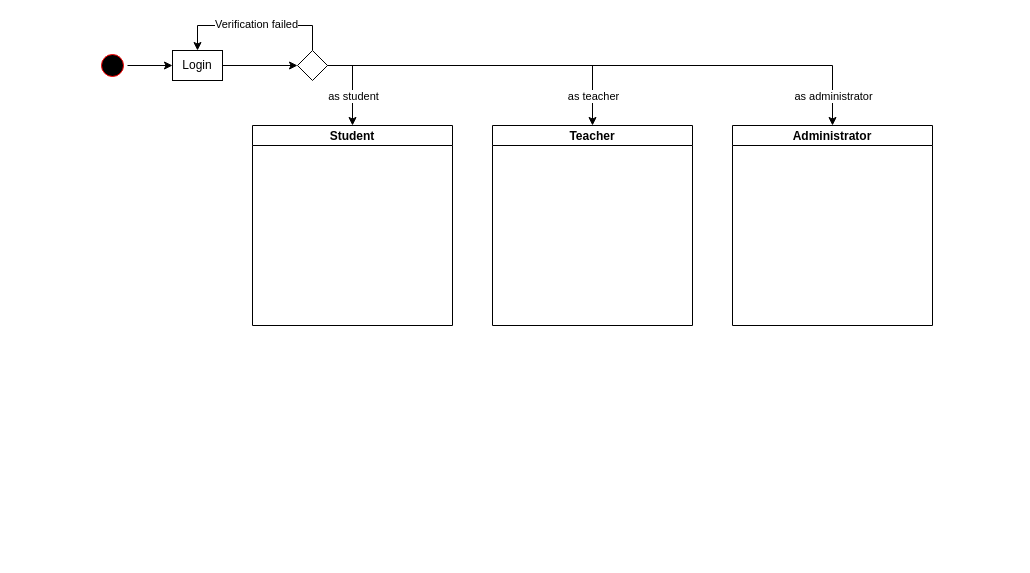
Earlier version of the draw.io diagram state_diagram/iLearn.drawio (901228/Something). Source tidied: cells renumbered, new cells numbered last; positions are measured from the earlier drawing's top-left corner, leaving out a move shared by most shapes. Both pictures are drawn from the tidied source at 100%, with x=0, y=0 at pixel (97, 25).
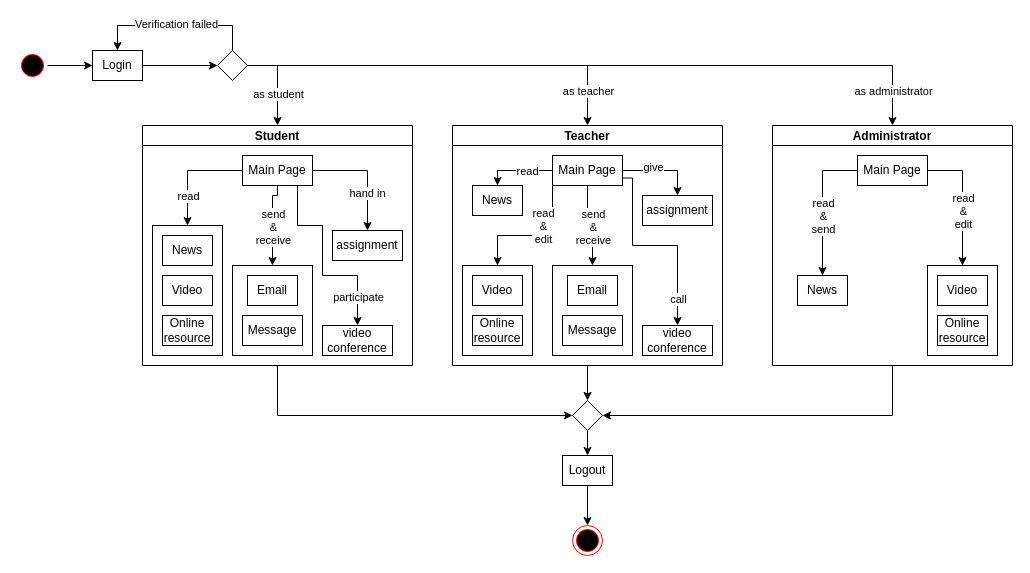
Above is the later version.

Diff of the diagram source:
```diff
@@
     <mxCell id="3" value="Login" style="whiteSpace=wrap;html=1;fillColor=#FFFFFF;" parent="1" vertex="1">
-      <mxGeometry x="75" y="25" width="50" height="30" as="geometry" />
+      <mxGeometry x="-5" y="25" width="50" height="30" as="geometry" />
     </mxCell>
     <mxCell id="4" style="edgeStyle=orthogonalEdgeStyle;rounded=0;jettySize=auto;html=1;entryX=0.5;entryY=0;entryDx=0;entryDy=0;exitX=0.5;exitY=0;exitDx=0;exitDy=0;" parent="1" edge="1" source="10" target="3">
       <mxGeometry relative="1" as="geometry">
         <Array as="points">
-          <mxPoint x="100" />
+          <mxPoint x="20" />
         </Array>
       </mxGeometry>
     </mxCell>
@@
-    <mxCell id="6" style="edgeStyle=orthogonalEdgeStyle;rounded=0;jettySize=auto;html=1;exitX=1;exitY=0.5;exitDx=0;exitDy=0;" parent="1" edge="1" source="10" target="16">
+    <mxCell id="6" style="edgeStyle=orthogonalEdgeStyle;rounded=0;jettySize=auto;html=1;exitX=1;exitY=0.5;exitDx=0;exitDy=0;entryX=0.5;entryY=0;entryDx=0;entryDy=0;" parent="1" edge="1" source="10" target="16">
       <mxGeometry relative="1" as="geometry" />
     </mxCell>
@@
-    <mxCell id="8" style="edgeStyle=orthogonalEdgeStyle;rounded=0;jettySize=auto;html=1;exitX=1;exitY=0.5;exitDx=0;exitDy=0;" parent="1" edge="1" source="10" target="17">
+    <mxCell id="8" style="edgeStyle=orthogonalEdgeStyle;rounded=0;jettySize=auto;html=1;exitX=1;exitY=0.5;exitDx=0;exitDy=0;entryX=0.5;entryY=0;entryDx=0;entryDy=0;" parent="1" edge="1" source="10" target="17">
       <mxGeometry relative="1" as="geometry" />
     </mxCell>
@@
     <mxCell id="10" style="rhombus;whiteSpace=wrap;html=1;fillColor=#FFFFFF;" parent="1" vertex="1">
-      <mxGeometry x="200" y="25" width="30" height="30" as="geometry" />
+      <mxGeometry x="120" y="25" width="30" height="30" as="geometry" />
     </mxCell>
@@
     <mxCell id="12" style="ellipse;html=1;shape=startState;fillColor=#000000;strokeColor=#ff0000;" parent="1" vertex="1">
-      <mxGeometry y="25" width="30" height="30" as="geometry" />
+      <mxGeometry x="-80" y="25" width="30" height="30" as="geometry" />
     </mxCell>
-    <mxCell id="13" value="Student" style="swimlane;fillColor=#FFFFFF;startSize=20;" parent="1" vertex="1">
-      <mxGeometry x="155" y="100" width="200" height="200" as="geometry" />
-    </mxCell>
     <mxCell id="14" style="endArrow=classic;html=1;rounded=0;entryX=0.5;entryY=0;entryDx=0;entryDy=0;exitX=1;exitY=0.5;exitDx=0;exitDy=0;" parent="1" edge="1" source="10" target="13">
       <mxGeometry relative="1" as="geometry">
         <Array as="points">
-          <mxPoint x="255" y="40" />
+          <mxPoint x="180" y="40" />
         </Array>
       </mxGeometry>
     </mxCell>
@@
+    <mxCell id="18" style="edgeStyle=orthogonalEdgeStyle;rounded=0;jettySize=auto;html=1;entryX=0;entryY=0.5;entryDx=0;entryDy=0;fontSize=11;exitX=0.5;exitY=1;exitDx=0;exitDy=0;" parent="1" edge="1" source="13" target="74">
+      <mxGeometry relative="1" as="geometry" />
+    </mxCell>
+    <mxCell id="13" value="Student" style="swimlane;fillColor=#FFFFFF;startSize=20;" parent="1" vertex="1">
+      <mxGeometry x="45" y="100" width="270" height="240" as="geometry" />
+    </mxCell>
+    <mxCell id="19" style="edgeStyle=orthogonalEdgeStyle;rounded=0;jettySize=auto;html=1;exitX=1;exitY=0.5;exitDx=0;exitDy=0;fontSize=11;entryX=0.5;entryY=0;entryDx=0;entryDy=0;" parent="13" edge="1" source="25" target="38">
+      <mxGeometry relative="1" as="geometry" />
+    </mxCell>
+    <mxCell id="20" value="hand in" style="edgeLabel;html=1;align=center;verticalAlign=middle;fontSize=11;" parent="19" vertex="1">
+      <mxGeometry x="0.34" y="-1" relative="1" as="geometry" />
+    </mxCell>
+    <mxCell id="21" style="edgeStyle=orthogonalEdgeStyle;rounded=0;jettySize=auto;html=1;exitX=0.5;exitY=1;exitDx=0;exitDy=0;fontSize=11;entryX=0.5;entryY=0;entryDx=0;entryDy=0;" parent="13" edge="1" source="25" target="37">
+      <mxGeometry relative="1" as="geometry">
+        <Array as="points">
+          <mxPoint x="155" y="100" />
+          <mxPoint x="180" y="100" />
+          <mxPoint x="180" y="150" />
+          <mxPoint x="215" y="150" />
+        </Array>
+      </mxGeometry>
+    </mxCell>
+    <mxCell id="22" value="participate" style="edgeLabel;html=1;align=center;verticalAlign=middle;fontSize=11;" parent="21" vertex="1">
+      <mxGeometry x="0.68" y="1" relative="1" as="geometry">
+        <mxPoint x="-1" y="6" as="offset" />
+      </mxGeometry>
+    </mxCell>
+    <mxCell id="23" style="edgeStyle=orthogonalEdgeStyle;rounded=0;jettySize=auto;html=1;fontSize=11;" parent="13" edge="1" source="25" target="34">
+      <mxGeometry relative="1" as="geometry">
+        <Array as="points">
+          <mxPoint x="135" y="70" />
+          <mxPoint x="130" y="70" />
+        </Array>
+      </mxGeometry>
+    </mxCell>
+    <mxCell id="24" value="send&lt;br&gt;&amp;amp;&lt;br&gt;receive" style="edgeLabel;html=1;align=center;verticalAlign=middle;fontSize=11;" parent="23" vertex="1">
+      <mxGeometry x="-0.09" y="1" relative="1" as="geometry">
+        <mxPoint x="-1" y="7" as="offset" />
+      </mxGeometry>
+    </mxCell>
+    <mxCell id="25" value="Main Page" style="whiteSpace=wrap;html=1;fillColor=#FFFFFF;" parent="13" vertex="1">
+      <mxGeometry x="100" y="30" width="70" height="30" as="geometry" />
+    </mxCell>
+    <mxCell id="26" style="group;" parent="13" vertex="1">
+      <mxGeometry x="10" y="100" width="70" height="130" as="geometry" />
+    </mxCell>
+    <mxCell id="27" style="rounded=0;whiteSpace=wrap;html=1;fontSize=11;" parent="26" vertex="1">
+      <mxGeometry width="70" height="130" as="geometry" />
+    </mxCell>
+    <mxCell id="28" value="News" style="whiteSpace=wrap;html=1;fillColor=#FFFFFF;" parent="26" vertex="1">
+      <mxGeometry x="10" y="10" width="50" height="30" as="geometry" />
+    </mxCell>
+    <mxCell id="29" value="Video" style="whiteSpace=wrap;html=1;fillColor=#FFFFFF;" parent="26" vertex="1">
+      <mxGeometry x="10" y="50" width="50" height="30" as="geometry" />
+    </mxCell>
+    <mxCell id="30" value="Online resource" style="whiteSpace=wrap;html=1;fillColor=#FFFFFF;" parent="26" vertex="1">
+      <mxGeometry x="10" y="90" width="50" height="30" as="geometry" />
+    </mxCell>
+    <mxCell id="31" style="edgeStyle=orthogonalEdgeStyle;rounded=0;jettySize=auto;html=1;fontSize=11;entryX=0.5;entryY=0;entryDx=0;entryDy=0;exitX=0;exitY=0.5;exitDx=0;exitDy=0;" parent="13" edge="1" source="25" target="27">
+      <mxGeometry relative="1" as="geometry" />
+    </mxCell>
+    <mxCell id="32" value="read" style="edgeLabel;html=1;align=center;verticalAlign=middle;fontSize=11;" parent="31" vertex="1">
+      <mxGeometry x="-0.2" y="-1" relative="1" as="geometry">
+        <mxPoint x="-11" y="26" as="offset" />
+      </mxGeometry>
+    </mxCell>
+    <mxCell id="33" style="group;" parent="13" vertex="1">
+      <mxGeometry x="90" y="140" width="80" height="90" as="geometry" />
+    </mxCell>
+    <mxCell id="34" style="rounded=0;whiteSpace=wrap;html=1;fontSize=11;" parent="33" vertex="1">
+      <mxGeometry width="80" height="90" as="geometry" />
+    </mxCell>
+    <mxCell id="35" value="Email" style="whiteSpace=wrap;html=1;fillColor=#FFFFFF;" parent="33" vertex="1">
+      <mxGeometry x="15" y="10" width="50" height="30" as="geometry" />
+    </mxCell>
+    <mxCell id="36" value="Message" style="whiteSpace=wrap;html=1;fillColor=#FFFFFF;" parent="33" vertex="1">
+      <mxGeometry x="10" y="50" width="60" height="30" as="geometry" />
+    </mxCell>
+    <mxCell id="37" value="video conference" style="whiteSpace=wrap;html=1;fillColor=#FFFFFF;" parent="13" vertex="1">
+      <mxGeometry x="180" y="200" width="70" height="30" as="geometry" />
+    </mxCell>
+    <mxCell id="38" value="assignment" style="whiteSpace=wrap;html=1;fillColor=#FFFFFF;" parent="13" vertex="1">
+      <mxGeometry x="190" y="105" width="70" height="30" as="geometry" />
+    </mxCell>
+    <mxCell id="39" style="edgeStyle=orthogonalEdgeStyle;rounded=0;jettySize=auto;html=1;exitX=0.5;exitY=1;exitDx=0;exitDy=0;entryX=0.5;entryY=0;entryDx=0;entryDy=0;fontSize=11;" parent="1" edge="1" source="17" target="74">
+      <mxGeometry relative="1" as="geometry" />
+    </mxCell>
+    <mxCell id="17" value="Teacher" style="swimlane;fillColor=#FFFFFF;startSize=20;" parent="1" vertex="1">
+      <mxGeometry x="355" y="100" width="270" height="240" as="geometry" />
+    </mxCell>
+    <mxCell id="40" style="edgeStyle=orthogonalEdgeStyle;rounded=0;jettySize=auto;html=1;exitX=1;exitY=0.5;exitDx=0;exitDy=0;fontSize=11;entryX=0.5;entryY=0;entryDx=0;entryDy=0;" parent="17" edge="1" source="48" target="52">
+      <mxGeometry relative="1" as="geometry" />
+    </mxCell>
+    <mxCell id="41" value="give" style="edgeLabel;html=1;align=center;verticalAlign=middle;fontSize=11;" parent="40" vertex="1">
+      <mxGeometry x="0.34" y="-1" relative="1" as="geometry">
+        <mxPoint x="-24" y="-5" as="offset" />
+      </mxGeometry>
+    </mxCell>
+    <mxCell id="42" style="edgeStyle=orthogonalEdgeStyle;rounded=0;jettySize=auto;html=1;exitX=1;exitY=0.75;exitDx=0;exitDy=0;fontSize=11;entryX=0.5;entryY=0;entryDx=0;entryDy=0;" parent="17" edge="1" source="48" target="51">
+      <mxGeometry relative="1" as="geometry">
+        <Array as="points">
+          <mxPoint x="180" y="53" />
+          <mxPoint x="180" y="120" />
+          <mxPoint x="225" y="120" />
+        </Array>
+      </mxGeometry>
+    </mxCell>
+    <mxCell id="43" value="call" style="edgeLabel;html=1;align=center;verticalAlign=middle;fontSize=11;" parent="42" vertex="1">
+      <mxGeometry x="0.68" y="1" relative="1" as="geometry">
+        <mxPoint x="-1" y="6" as="offset" />
+      </mxGeometry>
+    </mxCell>
+    <mxCell id="44" style="edgeStyle=orthogonalEdgeStyle;rounded=0;jettySize=auto;html=1;fontSize=11;entryX=0.5;entryY=0;entryDx=0;entryDy=0;exitX=0.5;exitY=1;exitDx=0;exitDy=0;" parent="17" edge="1" source="48" target="59">
+      <mxGeometry relative="1" as="geometry" />
+    </mxCell>
+    <mxCell id="45" value="send&lt;br&gt;&amp;amp;&lt;br&gt;receive" style="edgeLabel;html=1;align=center;verticalAlign=middle;fontSize=11;" parent="44" vertex="1">
+      <mxGeometry x="-0.09" y="1" relative="1" as="geometry">
+        <mxPoint x="4" y="2" as="offset" />
+      </mxGeometry>
+    </mxCell>
+    <mxCell id="46" style="edgeStyle=orthogonalEdgeStyle;rounded=0;jettySize=auto;html=1;entryX=0.5;entryY=0;entryDx=0;entryDy=0;fontSize=11;" parent="17" edge="1" source="48" target="55">
+      <mxGeometry relative="1" as="geometry">
+        <Array as="points">
+          <mxPoint x="100" y="110" />
+          <mxPoint x="45" y="110" />
+        </Array>
+      </mxGeometry>
+    </mxCell>
+    <mxCell id="47" value="read&lt;br&gt;&amp;amp;&lt;br&gt;edit" style="edgeLabel;html=1;align=center;verticalAlign=middle;fontSize=11;" parent="46" vertex="1">
+      <mxGeometry x="0.06" y="1" relative="1" as="geometry">
+        <mxPoint x="12" y="-11" as="offset" />
+      </mxGeometry>
+    </mxCell>
+    <mxCell id="48" value="Main Page" style="whiteSpace=wrap;html=1;fillColor=#FFFFFF;" parent="17" vertex="1">
+      <mxGeometry x="100" y="30" width="70" height="30" as="geometry" />
+    </mxCell>
+    <mxCell id="49" style="edgeStyle=orthogonalEdgeStyle;rounded=0;jettySize=auto;html=1;fontSize=11;exitX=0;exitY=0.5;exitDx=0;exitDy=0;entryX=0.5;entryY=0;entryDx=0;entryDy=0;" parent="17" edge="1" source="48" target="53">
+      <mxGeometry relative="1" as="geometry">
+        <Array as="points">
+          <mxPoint x="45" y="45" />
+        </Array>
+      </mxGeometry>
+    </mxCell>
+    <mxCell id="50" value="read" style="edgeLabel;html=1;align=center;verticalAlign=middle;fontSize=11;" parent="49" vertex="1">
+      <mxGeometry x="-0.2" y="-1" relative="1" as="geometry">
+        <mxPoint x="2" y="1" as="offset" />
+      </mxGeometry>
+    </mxCell>
+    <mxCell id="51" value="video conference" style="whiteSpace=wrap;html=1;fillColor=#FFFFFF;" parent="17" vertex="1">
+      <mxGeometry x="190" y="200" width="70" height="30" as="geometry" />
+    </mxCell>
+    <mxCell id="52" value="assignment" style="whiteSpace=wrap;html=1;fillColor=#FFFFFF;" parent="17" vertex="1">
+      <mxGeometry x="190" y="70" width="70" height="30" as="geometry" />
+    </mxCell>
+    <mxCell id="53" value="News" style="whiteSpace=wrap;html=1;fillColor=#FFFFFF;" parent="17" vertex="1">
+      <mxGeometry x="20" y="60" width="50" height="30" as="geometry" />
+    </mxCell>
+    <mxCell id="54" style="group;" parent="17" vertex="1">
+      <mxGeometry x="10" y="140" width="70" height="90" as="geometry" />
+    </mxCell>
+    <mxCell id="55" style="rounded=0;whiteSpace=wrap;html=1;fontSize=11;" parent="54" vertex="1">
+      <mxGeometry width="70" height="90" as="geometry" />
+    </mxCell>
+    <mxCell id="56" value="Video" style="whiteSpace=wrap;html=1;fillColor=#FFFFFF;" parent="54" vertex="1">
+      <mxGeometry x="10" y="10" width="50" height="30" as="geometry" />
+    </mxCell>
+    <mxCell id="57" value="Online resource" style="whiteSpace=wrap;html=1;fillColor=#FFFFFF;" parent="54" vertex="1">
+      <mxGeometry x="10" y="50" width="50" height="30" as="geometry" />
+    </mxCell>
+    <mxCell id="58" style="group;" parent="17" vertex="1">
+      <mxGeometry x="100" y="140" width="80" height="90" as="geometry" />
+    </mxCell>
+    <mxCell id="59" style="rounded=0;whiteSpace=wrap;html=1;fontSize=11;" parent="58" vertex="1">
+      <mxGeometry width="80" height="90" as="geometry" />
+    </mxCell>
+    <mxCell id="60" value="Email" style="whiteSpace=wrap;html=1;fillColor=#FFFFFF;" parent="58" vertex="1">
+      <mxGeometry x="15" y="10" width="50" height="30" as="geometry" />
+    </mxCell>
+    <mxCell id="61" value="Message" style="whiteSpace=wrap;html=1;fillColor=#FFFFFF;" parent="58" vertex="1">
+      <mxGeometry x="10" y="50" width="60" height="30" as="geometry" />
+    </mxCell>
+    <mxCell id="62" style="edgeStyle=orthogonalEdgeStyle;rounded=0;jettySize=auto;html=1;exitX=0.5;exitY=1;exitDx=0;exitDy=0;entryX=1;entryY=0.5;entryDx=0;entryDy=0;fontSize=11;" parent="1" edge="1" source="16" target="74">
+      <mxGeometry relative="1" as="geometry" />
+    </mxCell>
     <mxCell id="16" value="Administrator" style="swimlane;fillColor=#FFFFFF;startSize=20;" parent="1" vertex="1">
-      <mxGeometry x="635" y="100" width="200" height="200" as="geometry" />
+      <mxGeometry x="675" y="100" width="240" height="240" as="geometry" />
     </mxCell>
-    <mxCell id="17" value="Teacher" style="swimlane;fillColor=#FFFFFF;startSize=20;" parent="1" vertex="1">
-      <mxGeometry x="395" y="100" width="200" height="200" as="geometry" />
-    </mxCell>
+    <mxCell id="63" style="edgeStyle=orthogonalEdgeStyle;rounded=0;jettySize=auto;html=1;entryX=0.5;entryY=0;entryDx=0;entryDy=0;fontSize=11;exitX=1;exitY=0.5;exitDx=0;exitDy=0;" parent="16" edge="1" source="65" target="70">
+      <mxGeometry relative="1" as="geometry">
+        <Array as="points">
+          <mxPoint x="190" y="45" />
+        </Array>
+      </mxGeometry>
+    </mxCell>
+    <mxCell id="64" value="read&lt;br&gt;&amp;amp;&lt;br&gt;edit" style="edgeLabel;html=1;align=center;verticalAlign=middle;fontSize=11;" parent="63" vertex="1">
+      <mxGeometry x="0.06" y="1" relative="1" as="geometry">
+        <mxPoint x="-1" y="6" as="offset" />
+      </mxGeometry>
+    </mxCell>
+    <mxCell id="65" value="Main Page" style="whiteSpace=wrap;html=1;fillColor=#FFFFFF;" parent="16" vertex="1">
+      <mxGeometry x="85" y="30" width="70" height="30" as="geometry" />
+    </mxCell>
+    <mxCell id="66" style="edgeStyle=orthogonalEdgeStyle;rounded=0;jettySize=auto;html=1;fontSize=11;exitX=0;exitY=0.5;exitDx=0;exitDy=0;entryX=0.5;entryY=0;entryDx=0;entryDy=0;" parent="16" edge="1" source="65" target="68">
+      <mxGeometry relative="1" as="geometry" />
+    </mxCell>
+    <mxCell id="67" value="read&lt;br&gt;&amp;amp;&lt;br&gt;send" style="edgeLabel;html=1;align=center;verticalAlign=middle;fontSize=11;" parent="66" vertex="1">
+      <mxGeometry x="-0.2" y="-1" relative="1" as="geometry">
+        <mxPoint x="1" y="24" as="offset" />
+      </mxGeometry>
+    </mxCell>
+    <mxCell id="68" value="News" style="whiteSpace=wrap;html=1;fillColor=#FFFFFF;" parent="16" vertex="1">
+      <mxGeometry x="25" y="150" width="50" height="30" as="geometry" />
+    </mxCell>
+    <mxCell id="69" style="group;" parent="16" vertex="1">
+      <mxGeometry x="155" y="140" width="70" height="90" as="geometry" />
+    </mxCell>
+    <mxCell id="70" style="rounded=0;whiteSpace=wrap;html=1;fontSize=11;" parent="69" vertex="1">
+      <mxGeometry width="70" height="90" as="geometry" />
+    </mxCell>
+    <mxCell id="71" value="Video" style="whiteSpace=wrap;html=1;fillColor=#FFFFFF;" parent="69" vertex="1">
+      <mxGeometry x="10" y="10" width="50" height="30" as="geometry" />
+    </mxCell>
+    <mxCell id="72" value="Online resource" style="whiteSpace=wrap;html=1;fillColor=#FFFFFF;" parent="69" vertex="1">
+      <mxGeometry x="10" y="50" width="50" height="30" as="geometry" />
+    </mxCell>
+    <mxCell id="73" style="edgeStyle=orthogonalEdgeStyle;rounded=0;jettySize=auto;html=1;exitX=0.5;exitY=1;exitDx=0;exitDy=0;entryX=0.5;entryY=0;entryDx=0;entryDy=0;fontSize=11;" parent="1" edge="1" source="74" target="76">
+      <mxGeometry relative="1" as="geometry" />
+    </mxCell>
+    <mxCell id="74" style="rhombus;whiteSpace=wrap;html=1;fillColor=#FFFFFF;" parent="1" vertex="1">
+      <mxGeometry x="475" y="375" width="30" height="30" as="geometry" />
+    </mxCell>
+    <mxCell id="75" style="edgeStyle=orthogonalEdgeStyle;rounded=0;jettySize=auto;html=1;exitX=0.5;exitY=1;exitDx=0;exitDy=0;entryX=0.5;entryY=0;entryDx=0;entryDy=0;fontSize=11;" parent="1" edge="1" source="76" target="77">
+      <mxGeometry relative="1" as="geometry" />
+    </mxCell>
+    <mxCell id="76" value="Logout" style="whiteSpace=wrap;html=1;fillColor=#FFFFFF;" parent="1" vertex="1">
+      <mxGeometry x="465" y="430" width="50" height="30" as="geometry" />
+    </mxCell>
+    <mxCell id="77" style="ellipse;html=1;shape=endState;fillColor=#000000;strokeColor=#ff0000;fontSize=11;" parent="1" vertex="1">
+      <mxGeometry x="475" y="500" width="30" height="30" as="geometry" />
+    </mxCell>
```
